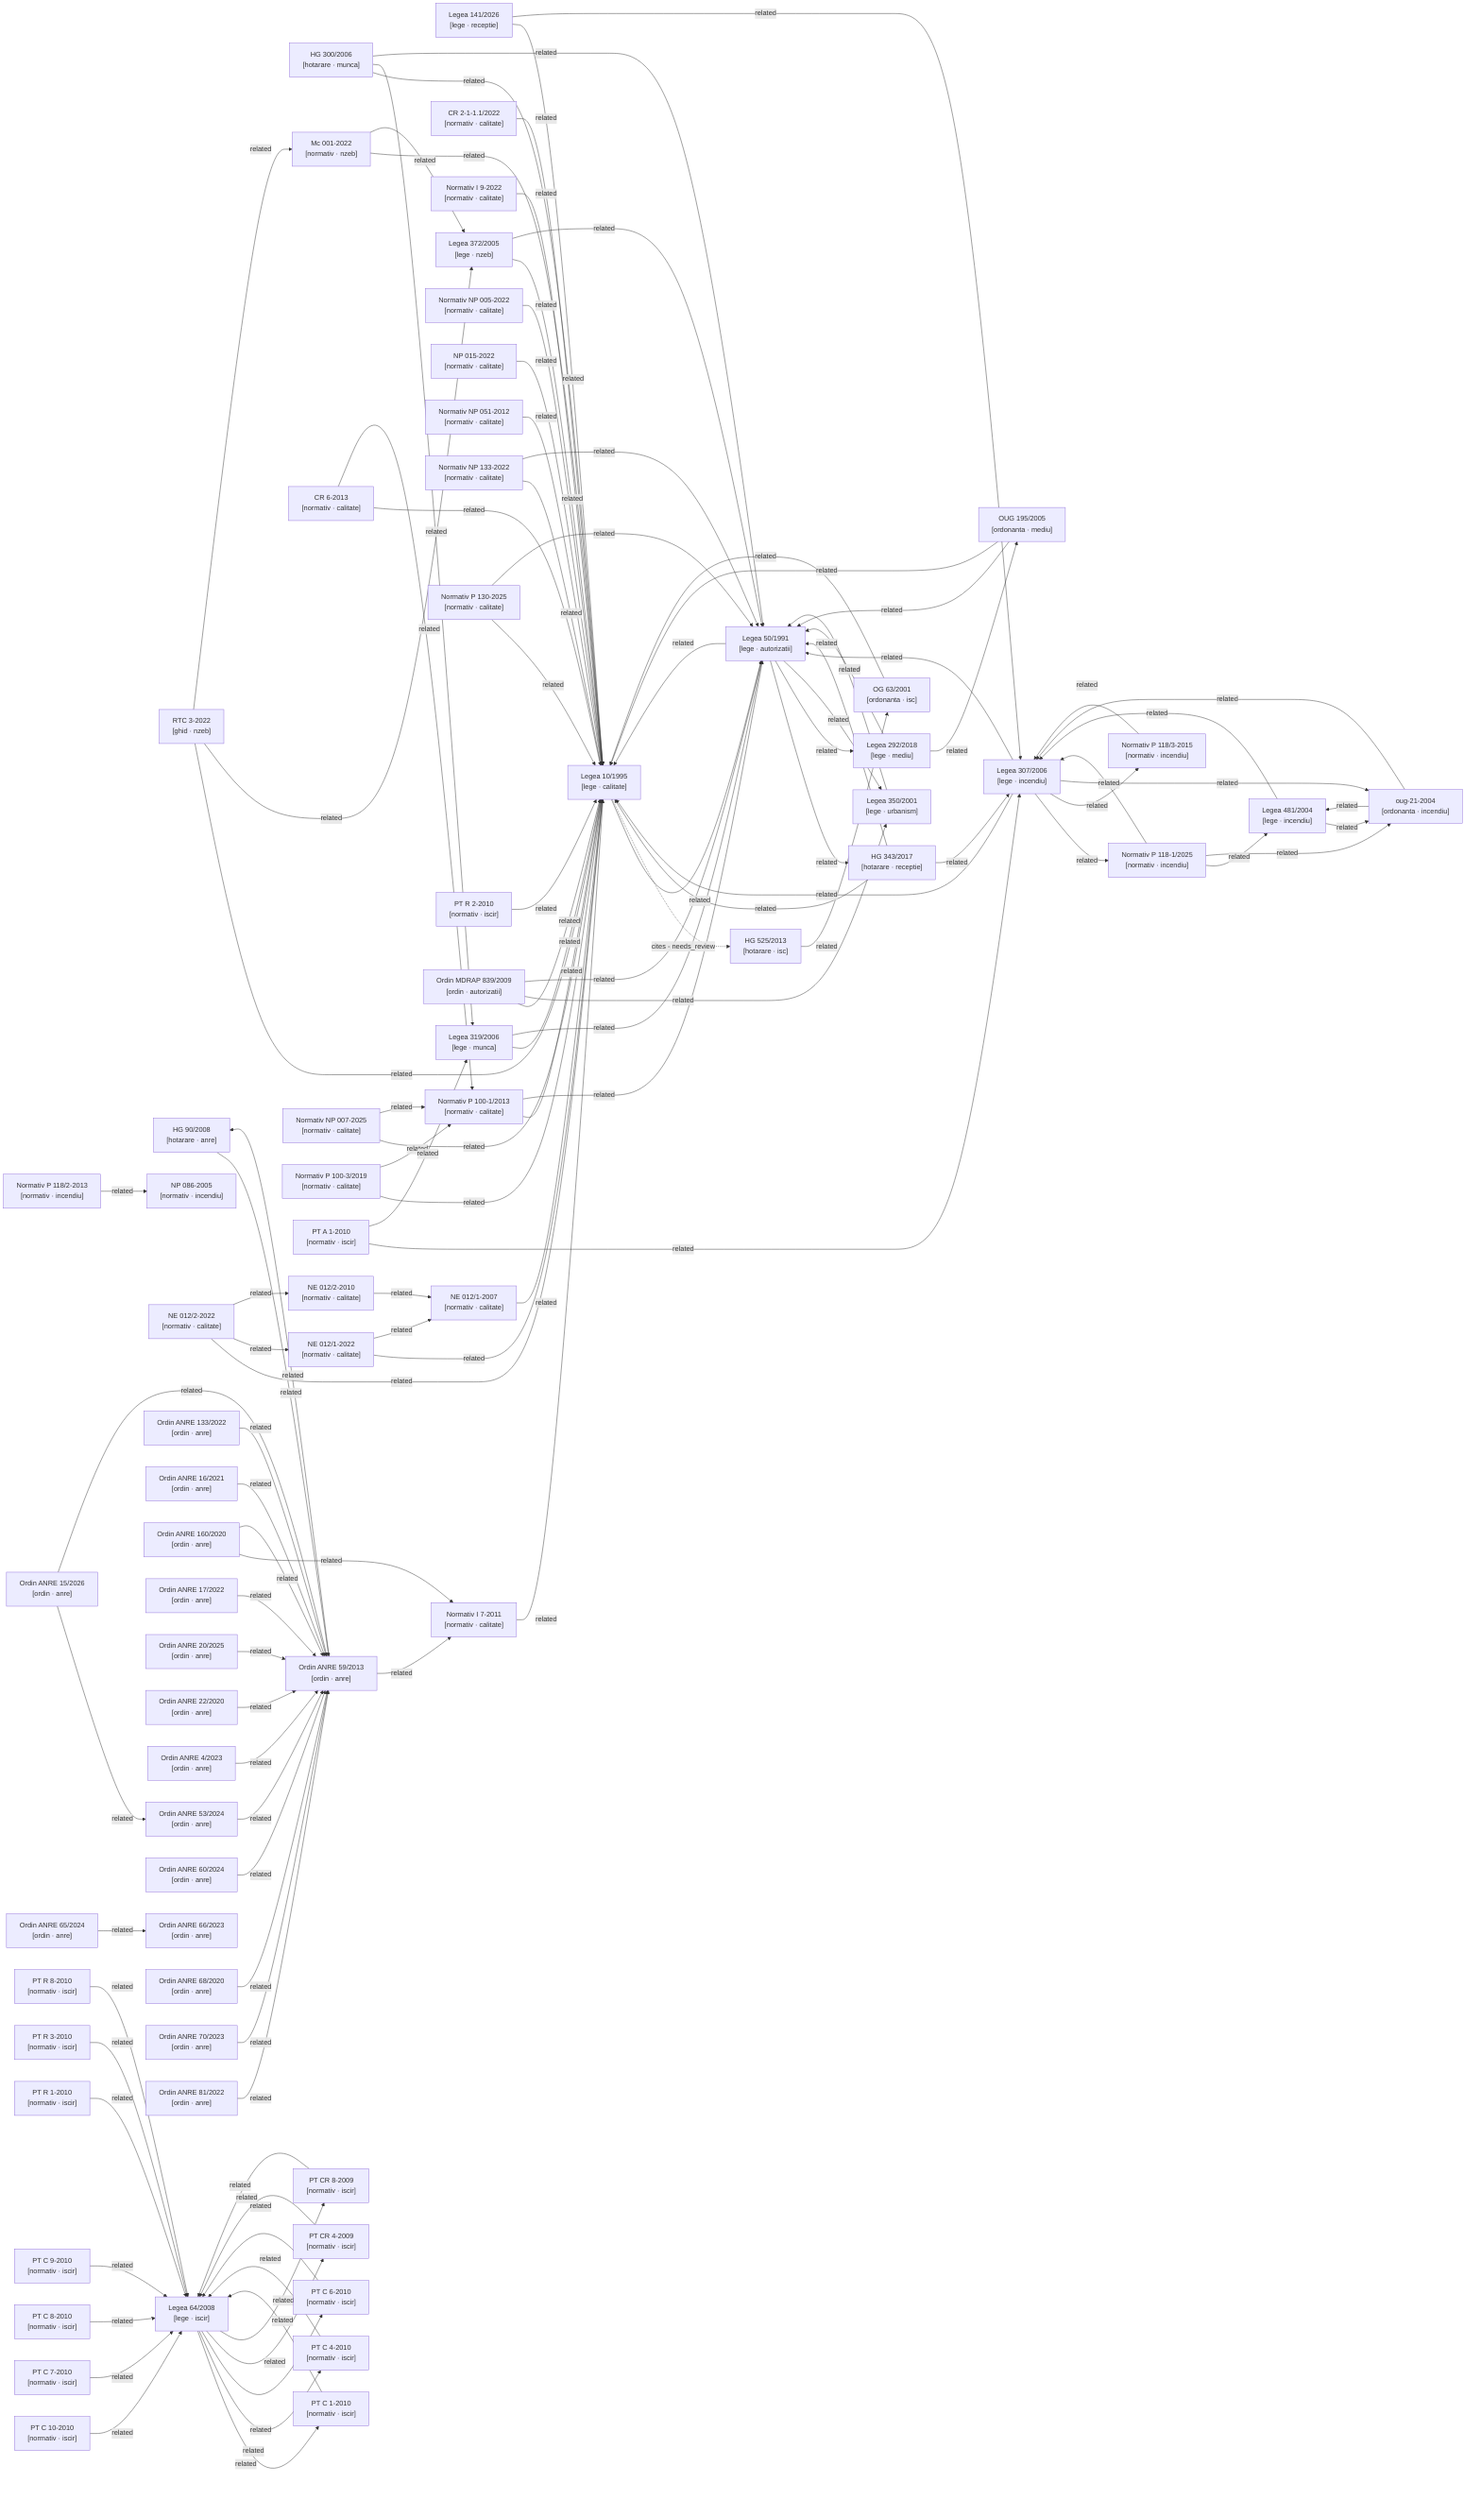
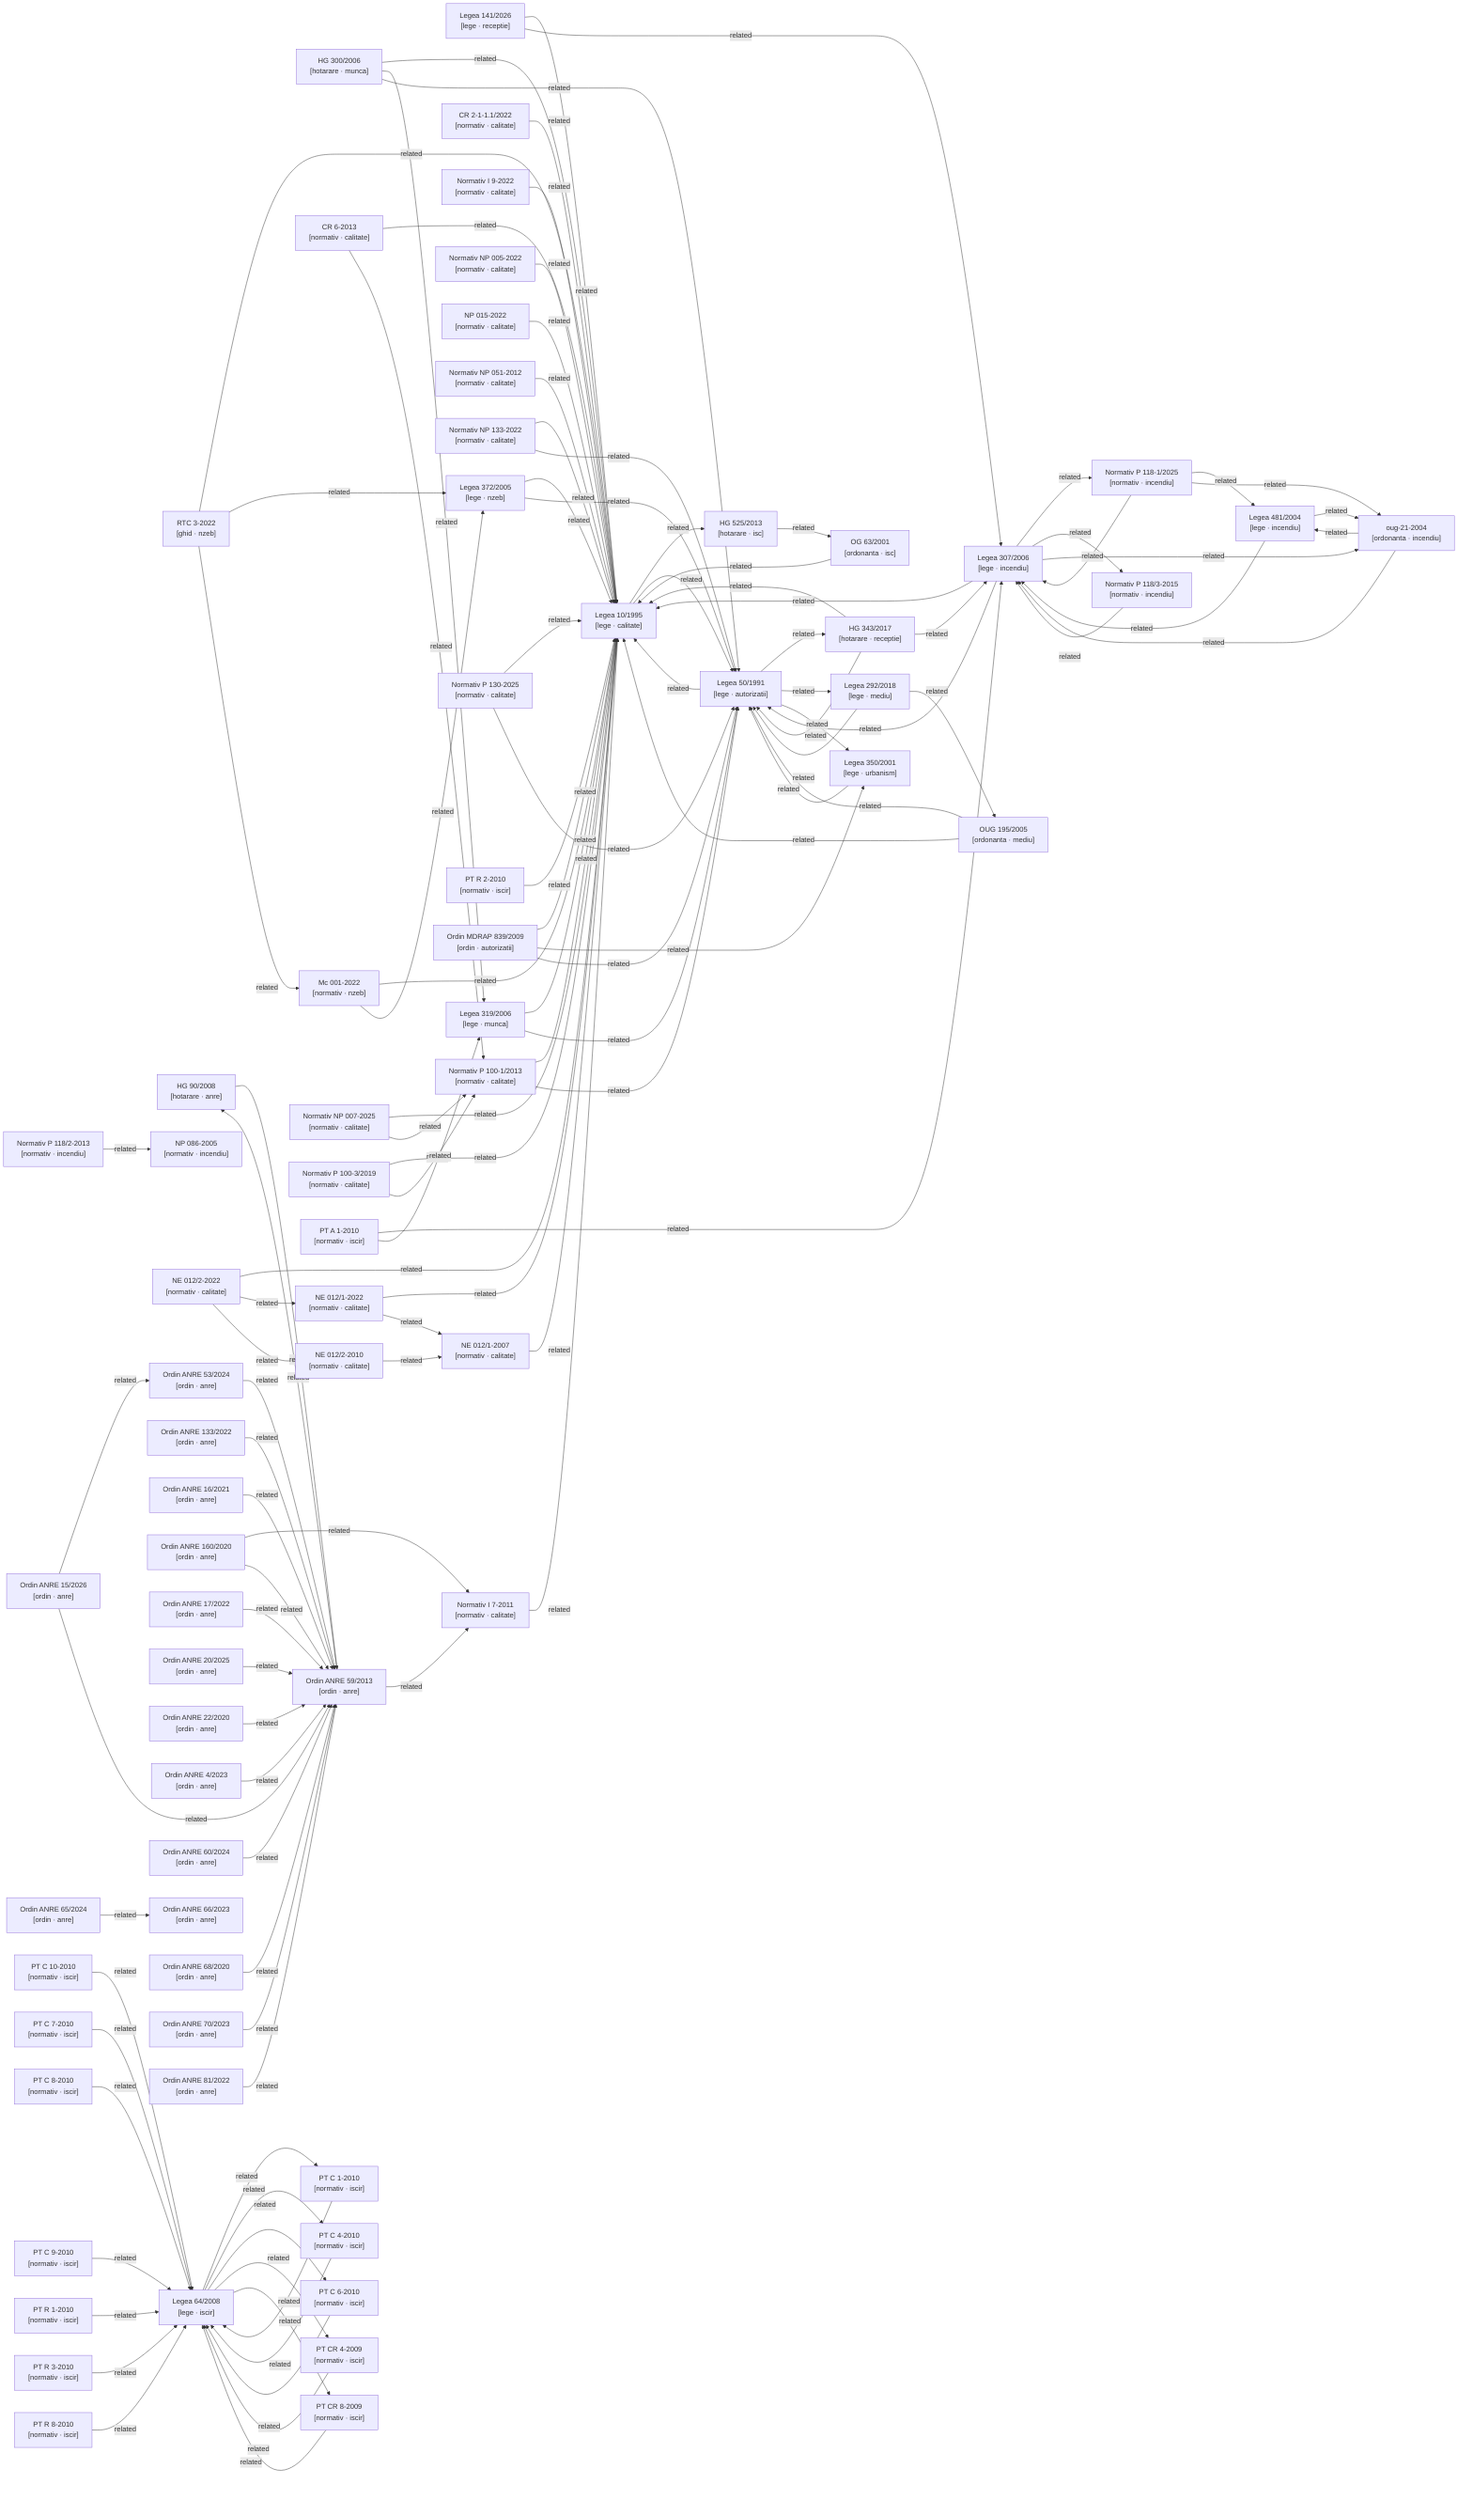
graph LR

  %% Nodes
  ghid-rtc3-2022["RTC 3-2022\n[ghid · nzeb]"]
  hg-300-2006["HG 300/2006\n[hotarare · munca]"]
  hg-343-2017["HG 343/2017\n[hotarare · receptie]"]
  hg-525-2013["HG 525/2013\n[hotarare · isc]"]
  hg-90-2008["HG 90/2008\n[hotarare · anre]"]
  lege-10-1995["Legea 10/1995\n[lege · calitate]"]
  lege-141-2026["Legea 141/2026\n[lege · receptie]"]
  lege-292-2018["Legea 292/2018\n[lege · mediu]"]
  lege-307-2006["Legea 307/2006\n[lege · incendiu]"]
  lege-319-2006["Legea 319/2006\n[lege · munca]"]
  lege-350-2001["Legea 350/2001\n[lege · urbanism]"]
  lege-372-2005["Legea 372/2005\n[lege · nzeb]"]
  lege-481-2004["Legea 481/2004\n[lege · incendiu]"]
  lege-50-1991["Legea 50/1991\n[lege · autorizatii]"]
  lege-64-2008["Legea 64/2008\n[lege · iscir]"]
  metodologie-mc001-2022["Mc 001-2022\n[normativ · nzeb]"]
  normativ-cr2-1-1-1-2022["CR 2-1-1.1/2022\n[normativ · calitate]"]
  normativ-cr6-2013["CR 6-2013\n[normativ · calitate]"]
  normativ-i7-2011["Normativ I 7-2011\n[normativ · calitate]"]
  normativ-i9-2022["Normativ I 9-2022\n[normativ · calitate]"]
  normativ-ne012-1-2007["NE 012/1-2007\n[normativ · calitate]"]
  normativ-ne012-1-2022["NE 012/1-2022\n[normativ · calitate]"]
  normativ-ne012-2-2010["NE 012/2-2010\n[normativ · calitate]"]
  normativ-ne012-2-2022["NE 012/2-2022\n[normativ · calitate]"]
  normativ-np005-2022["Normativ NP 005-2022\n[normativ · calitate]"]
  normativ-np007-2025["Normativ NP 007-2025\n[normativ · calitate]"]
  normativ-np015-2022["NP 015-2022\n[normativ · calitate]"]
  normativ-np051-2012["Normativ NP 051-2012\n[normativ · calitate]"]
  normativ-np086-2005["NP 086-2005\n[normativ · incendiu]"]
  normativ-np133-2022["Normativ NP 133-2022\n[normativ · calitate]"]
  normativ-p100-1-2013["Normativ P 100-1/2013\n[normativ · calitate]"]
  normativ-p100-3-2019["Normativ P 100-3/2019\n[normativ · calitate]"]
  normativ-p118-1-2025["Normativ P 118-1/2025\n[normativ · incendiu]"]
  normativ-p118-2-2013["Normativ P 118/2-2013\n[normativ · incendiu]"]
  normativ-p118-3-2015["Normativ P 118/3-2015\n[normativ · incendiu]"]
  normativ-p130-2025["Normativ P 130-2025\n[normativ · calitate]"]
  normativ-pt-a1-2010["PT A 1-2010\n[normativ · iscir]"]
  normativ-pt-c1-2010["PT C 1-2010\n[normativ · iscir]"]
  normativ-pt-c10-2010["PT C 10-2010\n[normativ · iscir]"]
  normativ-pt-c4-2010["PT C 4-2010\n[normativ · iscir]"]
  normativ-pt-c6-2010["PT C 6-2010\n[normativ · iscir]"]
  normativ-pt-c7-2010["PT C 7-2010\n[normativ · iscir]"]
  normativ-pt-c8-2010["PT C 8-2010\n[normativ · iscir]"]
  normativ-pt-c9-2010["PT C 9-2010\n[normativ · iscir]"]
  normativ-pt-cr4-2009["PT CR 4-2009\n[normativ · iscir]"]
  normativ-pt-cr8-2009["PT CR 8-2009\n[normativ · iscir]"]
  normativ-pt-r1-2010["PT R 1-2010\n[normativ · iscir]"]
  normativ-pt-r2-2010["PT R 2-2010\n[normativ · iscir]"]
  normativ-pt-r3-2010["PT R 3-2010\n[normativ · iscir]"]
  normativ-pt-r8-2010["PT R 8-2010\n[normativ · iscir]"]
  og-63-2001["OG 63/2001\n[ordonanta · isc]"]
  ordin-839-2009["Ordin MDRAP 839/2009\n[ordin · autorizatii]"]
  ordin-anre-133-2022["Ordin ANRE 133/2022\n[ordin · anre]"]
  ordin-anre-15-2026["Ordin ANRE 15/2026\n[ordin · anre]"]
  ordin-anre-16-2021["Ordin ANRE 16/2021\n[ordin · anre]"]
  ordin-anre-160-2020["Ordin ANRE 160/2020\n[ordin · anre]"]
  ordin-anre-17-2022["Ordin ANRE 17/2022\n[ordin · anre]"]
  ordin-anre-20-2025["Ordin ANRE 20/2025\n[ordin · anre]"]
  ordin-anre-22-2020["Ordin ANRE 22/2020\n[ordin · anre]"]
  ordin-anre-4-2023["Ordin ANRE 4/2023\n[ordin · anre]"]
  ordin-anre-53-2024["Ordin ANRE 53/2024\n[ordin · anre]"]
  ordin-anre-59-2013["Ordin ANRE 59/2013\n[ordin · anre]"]
  ordin-anre-60-2024["Ordin ANRE 60/2024\n[ordin · anre]"]
  ordin-anre-65-2024["Ordin ANRE 65/2024\n[ordin · anre]"]
  ordin-anre-66-2023["Ordin ANRE 66/2023\n[ordin · anre]"]
  ordin-anre-68-2020["Ordin ANRE 68/2020\n[ordin · anre]"]
  ordin-anre-70-2023["Ordin ANRE 70/2023\n[ordin · anre]"]
  ordin-anre-81-2022["Ordin ANRE 81/2022\n[ordin · anre]"]
  oug-195-2005["OUG 195/2005\n[ordonanta · mediu]"]
  oug-21-2004["oug-21-2004\n[ordonanta · incendiu]"]

  %% Confirmed relationships (from metadata related_acts)
  ghid-rtc3-2022 -->|related| lege-10-1995
  ghid-rtc3-2022 -->|related| lege-372-2005
  ghid-rtc3-2022 -->|related| metodologie-mc001-2022
  hg-300-2006 -->|related| lege-10-1995
  hg-300-2006 -->|related| lege-319-2006
  hg-300-2006 -->|related| lege-50-1991
  hg-343-2017 -->|related| lege-10-1995
  hg-343-2017 -->|related| lege-307-2006
  hg-343-2017 -->|related| lege-50-1991
  hg-525-2013 -->|related| og-63-2001
  hg-90-2008 -->|related| ordin-anre-59-2013
+   lege-10-1995 -->|related| hg-525-2013
  lege-10-1995 -->|related| lege-50-1991
  lege-141-2026 -->|related| lege-10-1995
  lege-141-2026 -->|related| lege-307-2006
  lege-292-2018 -->|related| lege-50-1991
  lege-292-2018 -->|related| oug-195-2005
  lege-307-2006 -->|related| lege-10-1995
  lege-307-2006 -->|related| lege-50-1991
  lege-307-2006 -->|related| normativ-p118-1-2025
  lege-307-2006 -->|related| normativ-p118-3-2015
  lege-307-2006 -->|related| oug-21-2004
  lege-319-2006 -->|related| lege-10-1995
  lege-319-2006 -->|related| lege-50-1991
  lege-350-2001 -->|related| lege-50-1991
  lege-372-2005 -->|related| lege-10-1995
  lege-372-2005 -->|related| lege-50-1991
  lege-481-2004 -->|related| lege-307-2006
  lege-481-2004 -->|related| oug-21-2004
  lege-50-1991 -->|related| hg-343-2017
  lege-50-1991 -->|related| lege-10-1995
  lege-50-1991 -->|related| lege-292-2018
  lege-50-1991 -->|related| lege-350-2001
  lege-64-2008 -->|related| normativ-pt-c1-2010
  lege-64-2008 -->|related| normativ-pt-c4-2010
  lege-64-2008 -->|related| normativ-pt-c6-2010
  lege-64-2008 -->|related| normativ-pt-cr4-2009
  lege-64-2008 -->|related| normativ-pt-cr8-2009
  metodologie-mc001-2022 -->|related| lege-10-1995
  metodologie-mc001-2022 -->|related| lege-372-2005
  normativ-cr2-1-1-1-2022 -->|related| lege-10-1995
  normativ-cr6-2013 -->|related| lege-10-1995
  normativ-cr6-2013 -->|related| normativ-p100-1-2013
  normativ-i7-2011 -->|related| lege-10-1995
  normativ-i9-2022 -->|related| lege-10-1995
  normativ-ne012-1-2007 -->|related| lege-10-1995
  normativ-ne012-1-2022 -->|related| lege-10-1995
  normativ-ne012-1-2022 -->|related| normativ-ne012-1-2007
  normativ-ne012-2-2010 -->|related| normativ-ne012-1-2007
  normativ-ne012-2-2022 -->|related| lege-10-1995
  normativ-ne012-2-2022 -->|related| normativ-ne012-1-2022
  normativ-ne012-2-2022 -->|related| normativ-ne012-2-2010
  normativ-np005-2022 -->|related| lege-10-1995
  normativ-np007-2025 -->|related| lege-10-1995
  normativ-np007-2025 -->|related| normativ-p100-1-2013
  normativ-np015-2022 -->|related| lege-10-1995
  normativ-np051-2012 -->|related| lege-10-1995
  normativ-np133-2022 -->|related| lege-10-1995
  normativ-np133-2022 -->|related| lege-50-1991
  normativ-p100-1-2013 -->|related| lege-10-1995
  normativ-p100-1-2013 -->|related| lege-50-1991
  normativ-p100-3-2019 -->|related| lege-10-1995
  normativ-p100-3-2019 -->|related| normativ-p100-1-2013
  normativ-p118-1-2025 -->|related| lege-307-2006
  normativ-p118-1-2025 -->|related| lege-481-2004
  normativ-p118-1-2025 -->|related| oug-21-2004
  normativ-p118-2-2013 -->|related| normativ-np086-2005
  normativ-p118-3-2015 -->|related| lege-307-2006
  normativ-p130-2025 -->|related| lege-10-1995
  normativ-p130-2025 -->|related| lege-50-1991
  normativ-pt-a1-2010 -->|related| lege-307-2006
  normativ-pt-a1-2010 -->|related| lege-319-2006
  normativ-pt-c1-2010 -->|related| lege-64-2008
  normativ-pt-c10-2010 -->|related| lege-64-2008
  normativ-pt-c4-2010 -->|related| lege-64-2008
  normativ-pt-c6-2010 -->|related| lege-64-2008
  normativ-pt-c7-2010 -->|related| lege-64-2008
  normativ-pt-c8-2010 -->|related| lege-64-2008
  normativ-pt-c9-2010 -->|related| lege-64-2008
  normativ-pt-cr4-2009 -->|related| lege-64-2008
  normativ-pt-cr8-2009 -->|related| lege-64-2008
  normativ-pt-r1-2010 -->|related| lege-64-2008
  normativ-pt-r2-2010 -->|related| lege-10-1995
  normativ-pt-r3-2010 -->|related| lege-64-2008
  normativ-pt-r8-2010 -->|related| lege-64-2008
  og-63-2001 -->|related| lege-10-1995
  ordin-839-2009 -->|related| lege-10-1995
  ordin-839-2009 -->|related| lege-350-2001
  ordin-839-2009 -->|related| lege-50-1991
  ordin-anre-133-2022 -->|related| ordin-anre-59-2013
  ordin-anre-15-2026 -->|related| ordin-anre-53-2024
  ordin-anre-15-2026 -->|related| ordin-anre-59-2013
  ordin-anre-16-2021 -->|related| ordin-anre-59-2013
  ordin-anre-160-2020 -->|related| normativ-i7-2011
  ordin-anre-160-2020 -->|related| ordin-anre-59-2013
  ordin-anre-17-2022 -->|related| ordin-anre-59-2013
  ordin-anre-20-2025 -->|related| ordin-anre-59-2013
  ordin-anre-22-2020 -->|related| ordin-anre-59-2013
  ordin-anre-4-2023 -->|related| ordin-anre-59-2013
  ordin-anre-53-2024 -->|related| ordin-anre-59-2013
  ordin-anre-59-2013 -->|related| hg-90-2008
  ordin-anre-59-2013 -->|related| normativ-i7-2011
  ordin-anre-60-2024 -->|related| ordin-anre-59-2013
  ordin-anre-65-2024 -->|related| ordin-anre-66-2023
  ordin-anre-68-2020 -->|related| ordin-anre-59-2013
  ordin-anre-70-2023 -->|related| ordin-anre-59-2013
  ordin-anre-81-2022 -->|related| ordin-anre-59-2013
  oug-195-2005 -->|related| lege-10-1995
  oug-195-2005 -->|related| lege-50-1991
  oug-21-2004 -->|related| lege-307-2006
  oug-21-2004 -->|related| lege-481-2004

  %% Auto-detected relationships (needs_review)
-   lege-10-1995 -.->|cites - needs_review| hg-525-2013
